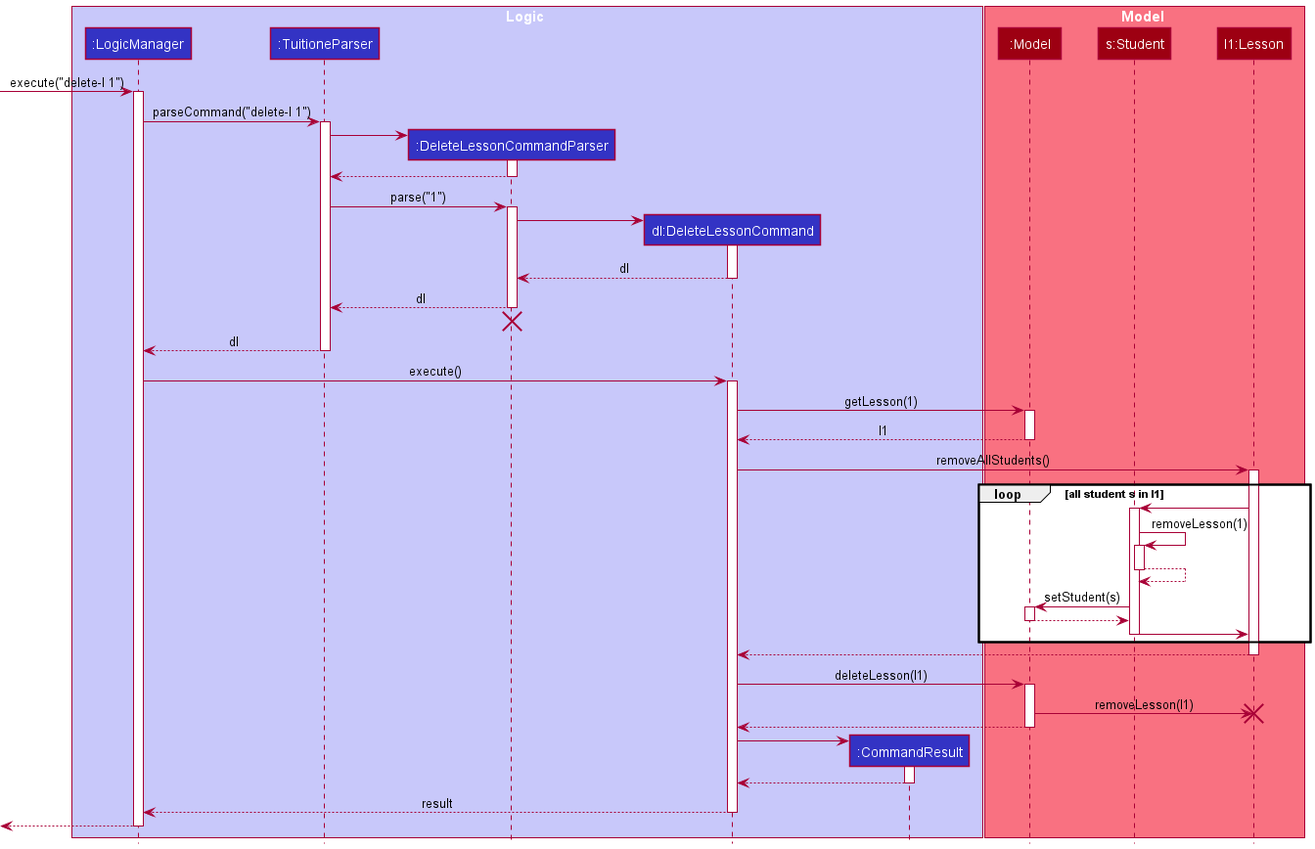
The PlantUML diagram docs/images/DeleteLessonSequenceDiagram.png in nus-cs2103-AY2122S1/tp, before a commit.
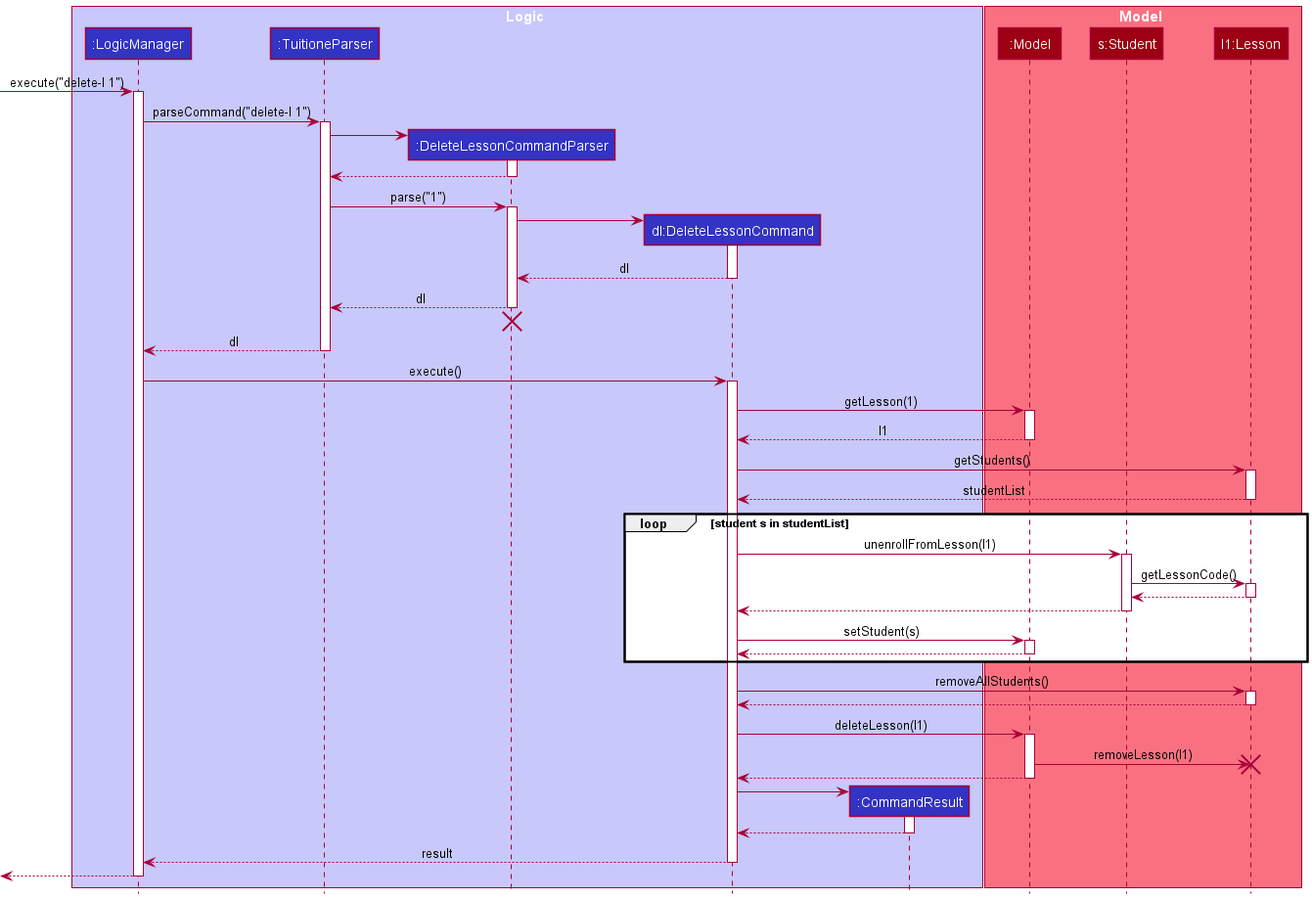
The same file after the commit.

Commit message:
Update sequence diagram for delete lesson command

Change to the diagram source:
```diff
@@ -55,28 +55,34 @@
 Model --> DeleteLessonCommand : l1
 deactivate Model
 
+DeleteLessonCommand -> Lesson : getStudents()
+activate Lesson
+
+Lesson --> DeleteLessonCommand : studentList
+deactivate Lesson
+
+loop student s in studentList
+    DeleteLessonCommand -> Student : unenrollFromLesson(l1)
+    activate Student
+
+    Student -> Lesson : getLessonCode()
+    activate Lesson
+
+    Lesson --> Student
+    deactivate Lesson
+
+    Student --> DeleteLessonCommand
+    deactivate Student
+
+    DeleteLessonCommand -> Model : setStudent(s)
+    activate Model
+
+    Model --> DeleteLessonCommand
+    deactivate Model
+end
+
 DeleteLessonCommand -> Lesson : removeAllStudents()
 activate Lesson
-
-loop all student s in l1
-    Lesson -> Student
-    activate Student
-
-    Student -> Student: removeLesson(1)
-    activate Student
-
-    Student --> Student
-    deactivate Student
-
-    Student -> Model : setStudent(s)
-    activate Model
-
-    Model --> Student
-    deactivate Model
-
-    Student -> Lesson
-    deactivate Student
-end
 
 Lesson --> DeleteLessonCommand
 deactivate Lesson
```
